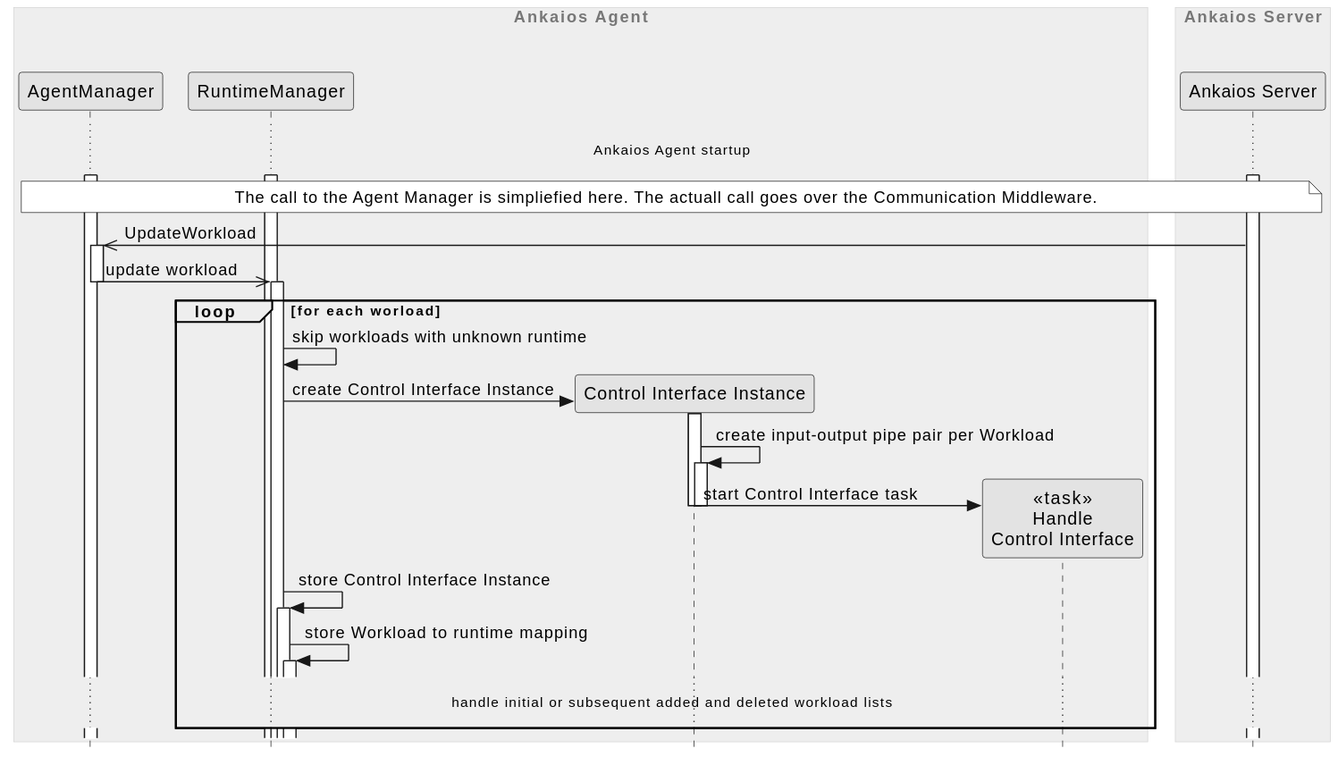
Above: agent/doc/swdesign/plantuml/seq_update_workload.svg in eclipse-ankaios/ankaios (PlantUML), before the change.
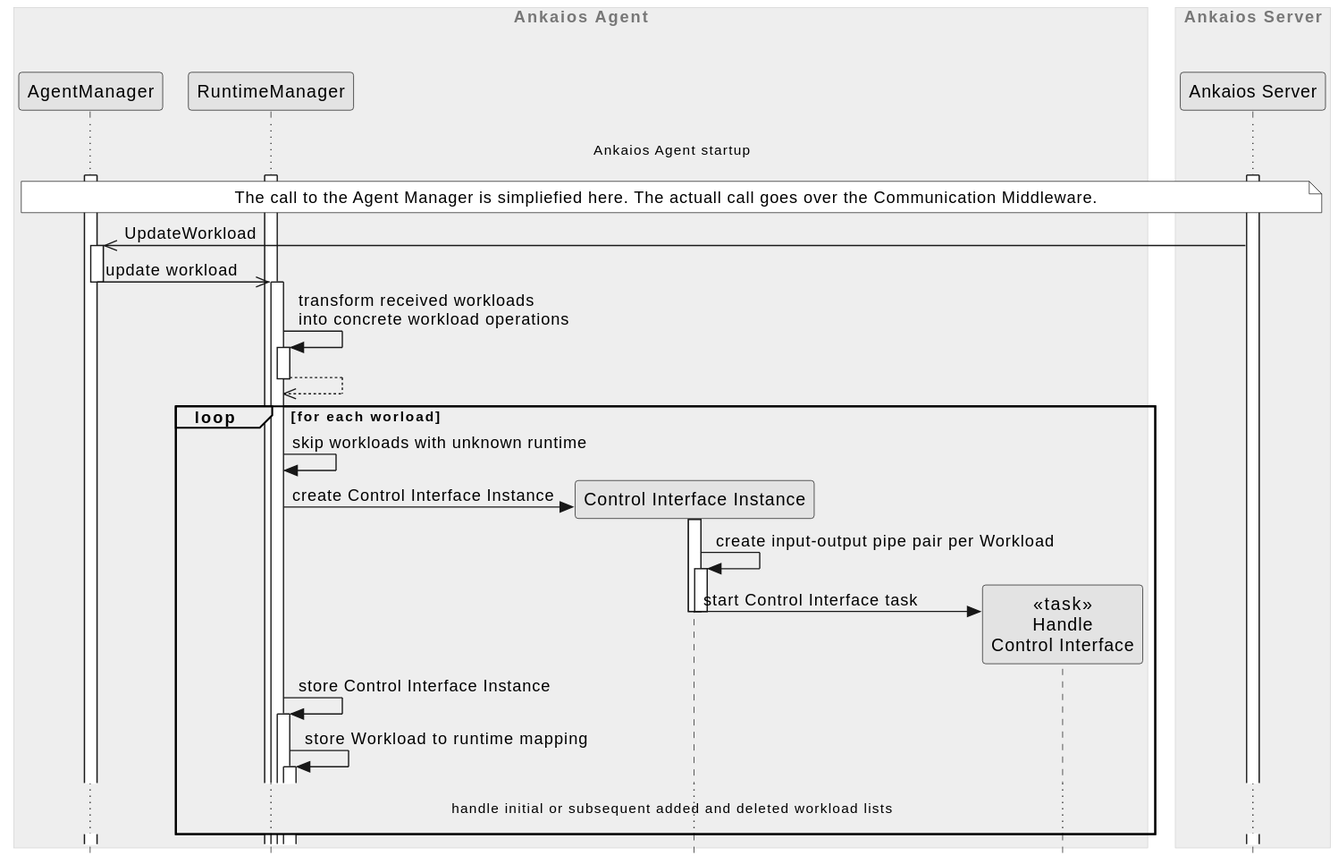
After the change.

Change to the diagram source:
```diff
@@ -25,6 +25,8 @@
 
 agent_manager <<- server ++: UpdateWorkload
 agent_manager ->> runtime_manager --++: update workload
+runtime_manager -> runtime_manager ++: transform received workloads\ninto concrete workload operations
+runtime_manager -->> runtime_manager--
 
 loop for each worload
     runtime_manager -> runtime_manager: skip workloads with unknown runtime
```
